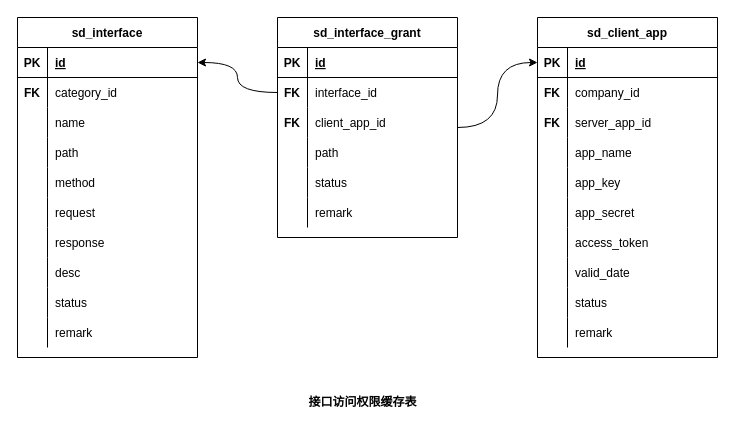
ab-doc/draw.io keeps this draw.io diagram as page "20220930154752" (6 of 7) of src/main/work/wyjz/design/service/directory/20220930.drawio. Above is the earlier version. Source tidied: cells renumbered, new cells numbered last; positions are measured from the earlier drawing's top-left corner, leaving out a move shared by most shapes. Both pictures are drawn from the tidied source at 100%, with x=0, y=0 at pixel (17, 17).
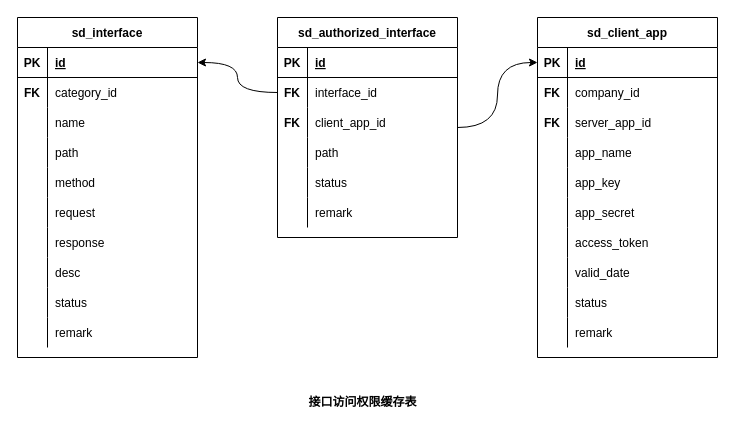
After the change.

What changed in the source:
```diff
@@
-    <mxCell id="4" value="sd_interface_grant" style="shape=table;startSize=30;childLayout=tableLayout;rowLines=0;fontStyle=1;align=center;" parent="1" vertex="1">
+    <mxCell id="4" value="sd_authorized_interface" style="shape=table;startSize=30;childLayout=tableLayout;rowLines=0;fontStyle=1;align=center;" parent="1" vertex="1">
       <mxGeometry x="260" width="180" height="220" as="geometry" />
     </mxCell>
```
